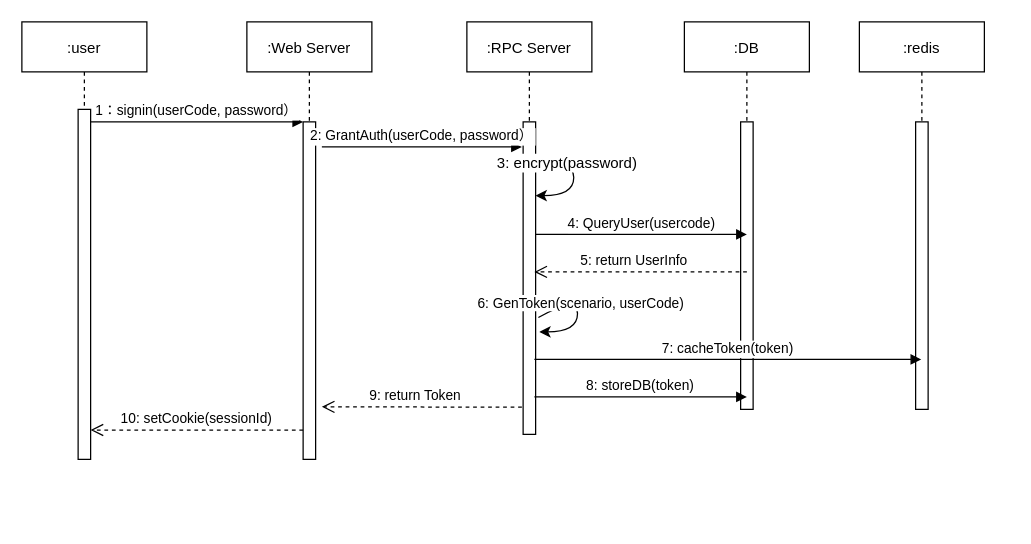
Before: 时序图.drawio in DonnieLe/DonnieLe.github.io, a draw.io diagram. Source tidied: cells renumbered, new cells numbered last; positions are measured from the earlier drawing's top-left corner, leaving out a move shared by most shapes. Both pictures are drawn from the tidied source at 125%, with x=0, y=0 at pixel (21, 21).
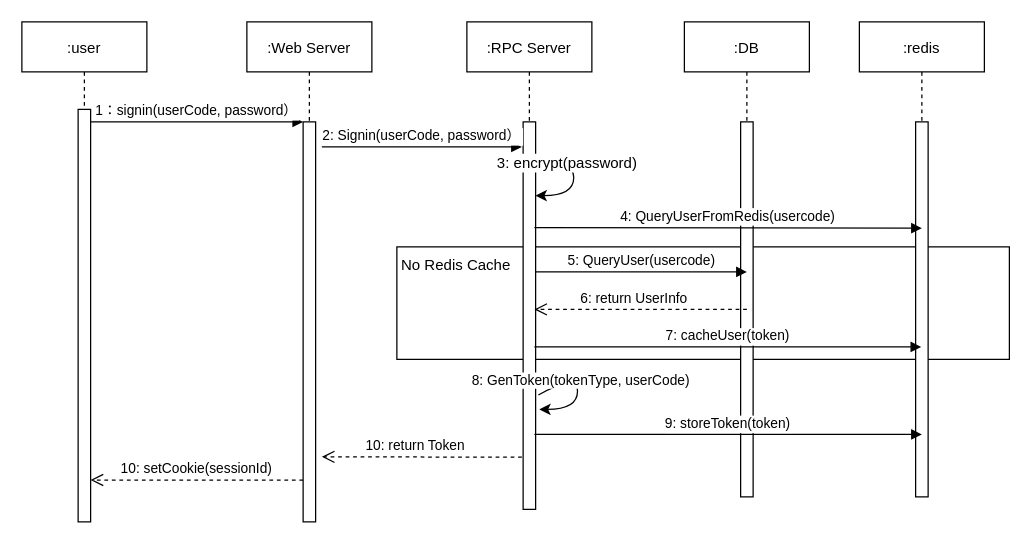
After the change.

Change to the diagram source:
```diff
@@
     <mxCell id="2" value=":user" style="shape=umlLifeline;perimeter=lifelinePerimeter;rounded=0;shadow=0;strokeWidth=1;" parent="1" vertex="1">
-      <mxGeometry width="100" height="350" as="geometry" />
+      <mxGeometry width="100" height="400" as="geometry" />
     </mxCell>
     <mxCell id="3" style="points=[];perimeter=orthogonalPerimeter;rounded=0;shadow=0;strokeWidth=1;" parent="2" vertex="1">
-      <mxGeometry x="45" y="70" width="10" height="280" as="geometry" />
+      <mxGeometry x="45" y="70" width="10" height="330" as="geometry" />
     </mxCell>
     <mxCell id="4" value=":Web Server" style="shape=umlLifeline;perimeter=lifelinePerimeter;rounded=0;shadow=0;strokeWidth=1;" parent="1" vertex="1">
-      <mxGeometry x="180" width="100" height="350" as="geometry" />
+      <mxGeometry x="180" width="100" height="400" as="geometry" />
     </mxCell>
     <mxCell id="5" style="points=[];perimeter=orthogonalPerimeter;rounded=0;shadow=0;strokeWidth=1;" parent="4" vertex="1">
-      <mxGeometry x="45" y="80" width="10" height="270" as="geometry" />
+      <mxGeometry x="45" y="80" width="10" height="320" as="geometry" />
     </mxCell>
     <mxCell id="6" value="10: setCookie(sessionId)" style="verticalAlign=bottom;endArrow=open;dashed=1;endSize=8;exitX=0;exitY=0.95;shadow=0;strokeWidth=1;" parent="1" edge="1">
       <mxGeometry relative="1" as="geometry">
-        <mxPoint x="225" y="326.5" as="sourcePoint" />
-        <mxPoint x="55" y="326.5" as="targetPoint" />
+        <mxPoint x="225" y="366.5" as="sourcePoint" />
+        <mxPoint x="55" y="366.5" as="targetPoint" />
       </mxGeometry>
     </mxCell>
+    <mxCell id="24" style="rounded=0;whiteSpace=wrap;html=1;" parent="1" vertex="1">
+      <mxGeometry x="300" y="180" width="490" height="90" as="geometry" />
+    </mxCell>
@@
     <mxCell id="8" value=":RPC Server" style="shape=umlLifeline;perimeter=lifelinePerimeter;rounded=0;shadow=0;strokeWidth=1;" parent="1" vertex="1">
-      <mxGeometry x="356" width="100" height="330" as="geometry" />
+      <mxGeometry x="356" width="100" height="390" as="geometry" />
     </mxCell>
     <mxCell id="9" style="points=[];perimeter=orthogonalPerimeter;rounded=0;shadow=0;strokeWidth=1;" parent="8" vertex="1">
-      <mxGeometry x="45" y="80" width="10" height="250" as="geometry" />
+      <mxGeometry x="45" y="80" width="10" height="310" as="geometry" />
     </mxCell>
@@
-    <mxCell id="12" value="2: GrantAuth(userCode, password）" style="verticalAlign=bottom;endArrow=block;shadow=0;strokeWidth=1;" parent="1" edge="1">
+    <mxCell id="12" value="2: Signin(userCode, password）" style="verticalAlign=bottom;endArrow=block;shadow=0;strokeWidth=1;" parent="1" edge="1">
       <mxGeometry relative="1" as="geometry">
         <mxPoint x="240" y="100" as="sourcePoint" />
         <mxPoint x="400" y="100" as="targetPoint" />
       </mxGeometry>
     </mxCell>
     <mxCell id="13" value=":DB" style="shape=umlLifeline;perimeter=lifelinePerimeter;rounded=0;shadow=0;strokeWidth=1;" parent="1" vertex="1">
-      <mxGeometry x="530" width="100" height="310" as="geometry" />
+      <mxGeometry x="530" width="100" height="380" as="geometry" />
     </mxCell>
     <mxCell id="14" style="perimeter=orthogonalPerimeter;rounded=0;shadow=0;strokeWidth=1;" parent="13" vertex="1">
-      <mxGeometry x="45" y="80" width="10" height="230" as="geometry" />
+      <mxGeometry x="45" y="80" width="10" height="300" as="geometry" />
     </mxCell>
-    <mxCell id="15" value="4: QueryUser(usercode)" style="verticalAlign=bottom;endArrow=block;shadow=0;strokeWidth=1;" parent="1" edge="1" source="9">
+    <mxCell id="15" value="5: QueryUser(usercode)" style="verticalAlign=bottom;endArrow=block;shadow=0;strokeWidth=1;" parent="1" edge="1">
       <mxGeometry relative="1" as="geometry">
-        <mxPoint x="580" y="170" as="targetPoint" />
+        <mxPoint x="411" y="200" as="sourcePoint" />
+        <mxPoint x="580" y="200" as="targetPoint" />
       </mxGeometry>
     </mxCell>
-    <mxCell id="16" value="5: return UserInfo" style="verticalAlign=bottom;endArrow=open;dashed=1;endSize=8;exitX=0;exitY=0.95;shadow=0;strokeWidth=1;" parent="1" edge="1">
+    <mxCell id="16" value="6: return UserInfo" style="verticalAlign=bottom;endArrow=open;dashed=1;endSize=8;exitX=0;exitY=0.95;shadow=0;strokeWidth=1;" parent="1" edge="1">
       <mxGeometry x="0.06" relative="1" as="geometry">
-        <mxPoint x="580" y="200" as="sourcePoint" />
-        <mxPoint x="410" y="200" as="targetPoint" />
+        <mxPoint x="580" y="230" as="sourcePoint" />
+        <mxPoint x="410" y="230" as="targetPoint" />
       </mxGeometry>
     </mxCell>
-    <mxCell id="17" style="curved=1;endArrow=classic;html=1;exitX=1.22;exitY=0.626;exitDx=0;exitDy=0;exitPerimeter=0;" parent="1" edge="1" source="9">
+    <mxCell id="17" style="curved=1;endArrow=classic;html=1;exitX=1.22;exitY=0.626;exitDx=0;exitDy=0;exitPerimeter=0;" parent="1" edge="1">
       <mxGeometry relative="1" as="geometry">
-        <mxPoint x="414" y="248" as="targetPoint" />
+        <mxPoint x="413.2" y="298.5" as="sourcePoint" />
+        <mxPoint x="414" y="310" as="targetPoint" />
         <Array as="points">
-          <mxPoint x="444.5" y="219" />
-          <mxPoint x="444.5" y="248" />
+          <mxPoint x="444.5" y="281" />
+          <mxPoint x="444.5" y="310" />
         </Array>
       </mxGeometry>
     </mxCell>
-    <mxCell id="18" value="6: GenToken(scenario, userCode)" style="edgeLabel;html=1;align=center;verticalAlign=middle;" parent="17" vertex="1">
+    <mxCell id="18" value="8: GenToken(tokenType, userCode)" style="edgeLabel;html=1;align=center;verticalAlign=middle;" parent="17" vertex="1">
       <mxGeometry x="-0.27" y="-6" relative="1" as="geometry" />
     </mxCell>
     <mxCell id="19" value=":redis" style="shape=umlLifeline;perimeter=lifelinePerimeter;rounded=0;shadow=0;strokeWidth=1;" parent="1" vertex="1">
-      <mxGeometry x="670" width="100" height="310" as="geometry" />
+      <mxGeometry x="670" width="100" height="380" as="geometry" />
     </mxCell>
     <mxCell id="20" style="perimeter=orthogonalPerimeter;rounded=0;shadow=0;strokeWidth=1;" parent="19" vertex="1">
-      <mxGeometry x="45" y="80" width="10" height="230" as="geometry" />
+      <mxGeometry x="45" y="80" width="10" height="300" as="geometry" />
     </mxCell>
-    <mxCell id="21" value="7: cacheToken(token)" style="verticalAlign=bottom;endArrow=block;shadow=0;strokeWidth=1;" parent="1" edge="1" target="19">
+    <mxCell id="21" value="7: cacheUser(token)" style="verticalAlign=bottom;endArrow=block;shadow=0;strokeWidth=1;" parent="1" edge="1">
       <mxGeometry relative="1" as="geometry">
-        <mxPoint x="410" y="270" as="sourcePoint" />
+        <mxPoint x="410" y="260" as="sourcePoint" />
+        <mxPoint x="719.5" y="260" as="targetPoint" />
       </mxGeometry>
     </mxCell>
-    <mxCell id="22" value="9: return Token" style="verticalAlign=bottom;endArrow=open;dashed=1;endSize=8;exitX=0;exitY=0.95;shadow=0;strokeWidth=1;" parent="1" edge="1">
+    <mxCell id="22" value="10: return Token" style="verticalAlign=bottom;endArrow=open;dashed=1;endSize=8;exitX=0;exitY=0.95;shadow=0;strokeWidth=1;" parent="1" edge="1">
       <mxGeometry x="0.06" relative="1" as="geometry">
-        <mxPoint x="400" y="308.2" as="sourcePoint" />
-        <mxPoint x="240" y="308" as="targetPoint" />
+        <mxPoint x="400" y="348.2" as="sourcePoint" />
+        <mxPoint x="240" y="348" as="targetPoint" />
       </mxGeometry>
     </mxCell>
-    <mxCell id="23" value="8: storeDB(token)" style="verticalAlign=bottom;endArrow=block;shadow=0;strokeWidth=1;" parent="1" edge="1">
+    <mxCell id="23" value="9: storeToken(token)" style="verticalAlign=bottom;endArrow=block;shadow=0;strokeWidth=1;" parent="1" edge="1">
       <mxGeometry relative="1" as="geometry">
-        <mxPoint x="410" y="300" as="sourcePoint" />
-        <mxPoint x="580" y="300" as="targetPoint" />
+        <mxPoint x="410" y="330" as="sourcePoint" />
+        <mxPoint x="720" y="330" as="targetPoint" />
       </mxGeometry>
     </mxCell>
+    <mxCell id="25" value="4: QueryUserFromRedis(usercode)" style="verticalAlign=bottom;endArrow=block;shadow=0;strokeWidth=1;" parent="1" edge="1">
+      <mxGeometry relative="1" as="geometry">
+        <mxPoint x="410" y="164.5" as="sourcePoint" />
+        <mxPoint x="720" y="165" as="targetPoint" />
+      </mxGeometry>
+    </mxCell>
+    <mxCell id="26" value="No Redis Cache" style="text;html=1;strokeColor=none;fillColor=none;align=center;verticalAlign=middle;whiteSpace=wrap;rounded=0;" parent="1" vertex="1">
+      <mxGeometry x="300" y="187.5" width="95" height="15" as="geometry" />
+    </mxCell>
```
